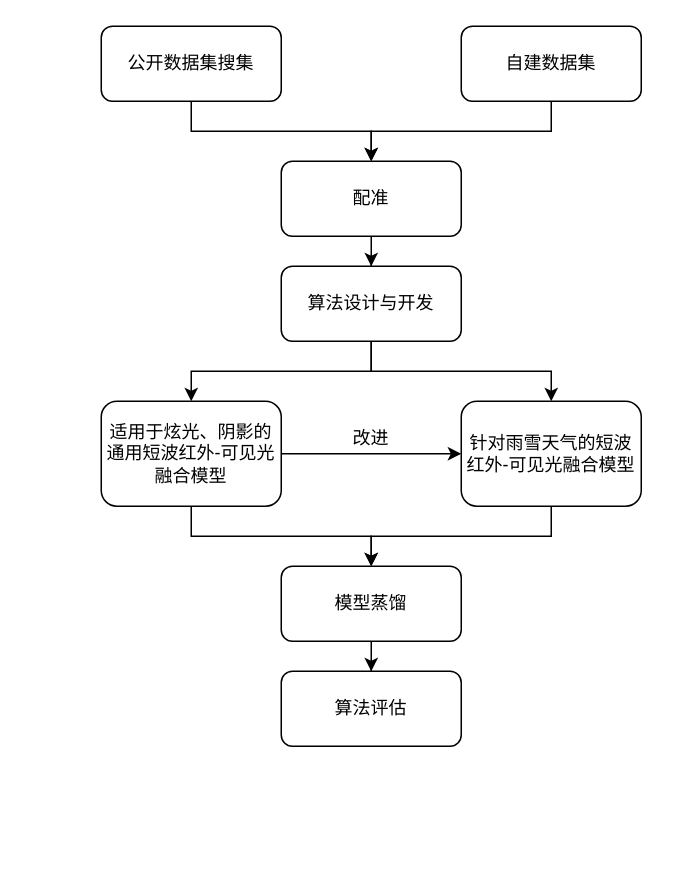
Before: 未命名绘图.drawio in moxuam/-, a draw.io diagram. Source tidied: cells renumbered, new cells numbered last; positions are measured from the earlier drawing's top-left corner, leaving out a move shared by most shapes. Both pictures are drawn from the tidied source at 150%, with x=0, y=0 at pixel (100, 26).
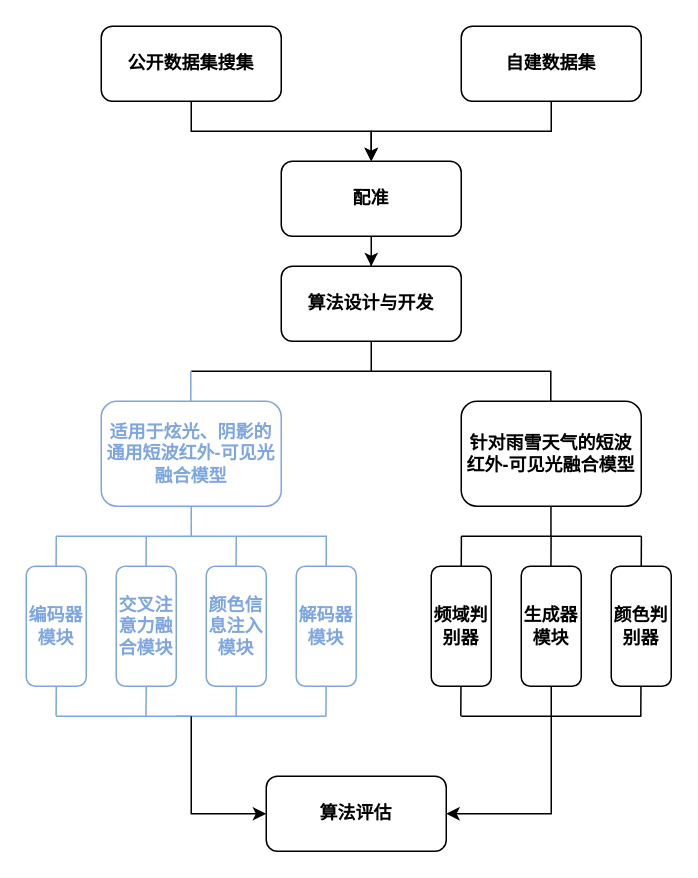
The same diagram, later.

Commit message:
更新未命名绘图.drawio

Diff of the diagram source:
```diff
@@
-    <mxCell id="3" value="公开数据集搜集" style="rounded=1;whiteSpace=wrap;html=1;" parent="1" vertex="1">
+    <mxCell id="3" value="&lt;b&gt;公开数据集搜集&lt;/b&gt;" style="rounded=1;whiteSpace=wrap;html=1;" parent="1" vertex="1">
       <mxGeometry width="120" height="50" as="geometry" />
     </mxCell>
@@
-    <mxCell id="5" value="配准" style="rounded=1;whiteSpace=wrap;html=1;" parent="1" vertex="1">
+    <mxCell id="5" value="&lt;b&gt;配准&lt;/b&gt;" style="rounded=1;whiteSpace=wrap;html=1;" parent="1" vertex="1">
       <mxGeometry x="120" y="90" width="120" height="50" as="geometry" />
     </mxCell>
@@
-    <mxCell id="7" value="自建数据集" style="rounded=1;whiteSpace=wrap;html=1;" parent="1" vertex="1">
+    <mxCell id="7" value="&lt;b&gt;自建数据集&lt;/b&gt;" style="rounded=1;whiteSpace=wrap;html=1;" parent="1" vertex="1">
       <mxGeometry x="240" width="120" height="50" as="geometry" />
     </mxCell>
-    <mxCell id="8" style="edgeStyle=orthogonalEdgeStyle;rounded=0;jettySize=auto;html=1;" parent="1" edge="1" source="10" target="13">
-      <mxGeometry relative="1" as="geometry" />
-    </mxCell>
-    <mxCell id="9" style="edgeStyle=orthogonalEdgeStyle;rounded=0;jettySize=auto;html=1;entryX=0.5;entryY=0;entryDx=0;entryDy=0;" parent="1" edge="1" source="10" target="15">
-      <mxGeometry relative="1" as="geometry" />
-    </mxCell>
-    <mxCell id="10" value="算法设计与开发" style="rounded=1;whiteSpace=wrap;html=1;" parent="1" vertex="1">
+    <mxCell id="10" value="&lt;b&gt;算法设计与开发&lt;/b&gt;" style="rounded=1;whiteSpace=wrap;html=1;" parent="1" vertex="1">
       <mxGeometry x="120" y="160" width="120" height="50" as="geometry" />
     </mxCell>
-    <mxCell id="11" style="edgeStyle=orthogonalEdgeStyle;rounded=0;jettySize=auto;html=1;entryX=0.5;entryY=0;entryDx=0;entryDy=0;" parent="1" edge="1" source="13" target="17">
-      <mxGeometry relative="1" as="geometry" />
-    </mxCell>
-    <mxCell id="12" style="edgeStyle=orthogonalEdgeStyle;rounded=0;jettySize=auto;html=1;entryX=0;entryY=0.5;entryDx=0;entryDy=0;" parent="1" edge="1" source="13" target="15">
-      <mxGeometry relative="1" as="geometry" />
-    </mxCell>
-    <mxCell id="13" value="适用于炫光、阴影的通用短波红外-可见光融合模型" style="rounded=1;whiteSpace=wrap;html=1;" parent="1" vertex="1">
+    <mxCell id="13" value="&lt;b&gt;&lt;font style=&quot;color: rgb(126, 166, 224);&quot;&gt;适用于炫光、阴影的通用短波红外-可见光融合模型&lt;/font&gt;&lt;/b&gt;" style="rounded=1;whiteSpace=wrap;html=1;strokeColor=#7EA6E0;shadow=0;" parent="1" vertex="1">
       <mxGeometry y="250" width="120" height="70" as="geometry" />
     </mxCell>
-    <mxCell id="14" style="edgeStyle=orthogonalEdgeStyle;rounded=0;jettySize=auto;html=1;entryX=0.5;entryY=0;entryDx=0;entryDy=0;" parent="1" edge="1" source="15" target="17">
-      <mxGeometry relative="1" as="geometry" />
-    </mxCell>
-    <mxCell id="15" value="针对雨雪天气的短波红外-可见光融合模型" style="rounded=1;whiteSpace=wrap;html=1;" parent="1" vertex="1">
+    <mxCell id="15" value="&lt;b&gt;针对雨雪天气的短波红外-可见光融合模型&lt;/b&gt;" style="rounded=1;whiteSpace=wrap;html=1;" parent="1" vertex="1">
       <mxGeometry x="240" y="250" width="120" height="70" as="geometry" />
     </mxCell>
-    <mxCell id="16" style="edgeStyle=orthogonalEdgeStyle;rounded=0;jettySize=auto;html=1;" parent="1" edge="1" source="17" target="18">
-      <mxGeometry relative="1" as="geometry" />
-    </mxCell>
-    <mxCell id="17" value="模型蒸馏" style="rounded=1;whiteSpace=wrap;html=1;" parent="1" vertex="1">
-      <mxGeometry x="120" y="360" width="120" height="50" as="geometry" />
+    <mxCell id="17" value="&lt;b&gt;算法评估&lt;/b&gt;" style="rounded=1;whiteSpace=wrap;html=1;" parent="1" vertex="1">
+      <mxGeometry x="110" y="500" width="120" height="50" as="geometry" />
     </mxCell>
-    <mxCell id="18" value="算法评估" style="rounded=1;whiteSpace=wrap;html=1;" parent="1" vertex="1">
-      <mxGeometry x="120" y="430" width="120" height="50" as="geometry" />
-    </mxCell>
-    <mxCell id="19" value="改进" style="text;html=1;whiteSpace=wrap;strokeColor=none;fillColor=none;align=center;verticalAlign=middle;rounded=0;" parent="1" vertex="1">
-      <mxGeometry x="150" y="260" width="60" height="30" as="geometry" />
-    </mxCell>
+    <mxCell id="20" style="endArrow=none;html=1;rounded=0;entryX=0.5;entryY=1;entryDx=0;entryDy=0;strokeColor=#7EA6E0;" parent="1" edge="1" target="13">
+      <mxGeometry relative="1" as="geometry">
+        <mxPoint x="60" y="330" as="sourcePoint" />
+      </mxGeometry>
+    </mxCell>
+    <mxCell id="21" value="&lt;b&gt;&lt;font style=&quot;color: rgb(126, 166, 224);&quot;&gt;编码器模块&lt;/font&gt;&lt;/b&gt;" style="rounded=1;whiteSpace=wrap;html=1;strokeColor=#7EA6E0;" parent="1" vertex="1">
+      <mxGeometry x="-50" y="360" width="40" height="80" as="geometry" />
+    </mxCell>
+    <mxCell id="22" value="&lt;b&gt;&lt;font style=&quot;color: rgb(126, 166, 224);&quot;&gt;交叉注意力融合模块&lt;/font&gt;&lt;/b&gt;" style="rounded=1;whiteSpace=wrap;html=1;strokeColor=#7EA6E0;" parent="1" vertex="1">
+      <mxGeometry x="10" y="360" width="40" height="80" as="geometry" />
+    </mxCell>
+    <mxCell id="23" value="&lt;b&gt;&lt;font style=&quot;color: rgb(126, 166, 224);&quot;&gt;颜色信息注入模块&lt;/font&gt;&lt;/b&gt;" style="rounded=1;whiteSpace=wrap;html=1;strokeColor=#7EA6E0;" parent="1" vertex="1">
+      <mxGeometry x="70" y="360" width="40" height="80" as="geometry" />
+    </mxCell>
+    <mxCell id="24" value="&lt;b&gt;&lt;font style=&quot;color: rgb(126, 166, 224);&quot;&gt;解码器模块&lt;/font&gt;&lt;/b&gt;" style="rounded=1;whiteSpace=wrap;html=1;strokeColor=#7EA6E0;" parent="1" vertex="1">
+      <mxGeometry x="130" y="360" width="40" height="80" as="geometry" />
+    </mxCell>
+    <mxCell id="25" style="endArrow=none;html=1;rounded=0;entryX=0.5;entryY=1;entryDx=0;entryDy=0;strokeColor=#7EA6E0;" parent="1" edge="1">
+      <mxGeometry relative="1" as="geometry">
+        <mxPoint x="150" y="360" as="sourcePoint" />
+        <mxPoint x="60" y="330" as="targetPoint" />
+        <Array as="points">
+          <mxPoint x="150" y="340" />
+          <mxPoint x="60" y="340" />
+        </Array>
+      </mxGeometry>
+    </mxCell>
+    <mxCell id="26" style="endArrow=none;html=1;rounded=0;strokeColor=#7EA6E0;" parent="1" edge="1">
+      <mxGeometry relative="1" as="geometry">
+        <mxPoint x="89.9" y="360" as="sourcePoint" />
+        <mxPoint x="90" y="340" as="targetPoint" />
+      </mxGeometry>
+    </mxCell>
+    <mxCell id="27" style="endArrow=none;html=1;rounded=0;strokeColor=#7EA6E0;" parent="1" edge="1">
+      <mxGeometry relative="1" as="geometry">
+        <mxPoint x="29.9" y="360" as="sourcePoint" />
+        <mxPoint x="30" y="340" as="targetPoint" />
+      </mxGeometry>
+    </mxCell>
+    <mxCell id="28" style="endArrow=none;html=1;rounded=0;strokeColor=#7EA6E0;" parent="1" edge="1">
+      <mxGeometry relative="1" as="geometry">
+        <mxPoint x="-30.1" y="360" as="sourcePoint" />
+        <mxPoint x="-30" y="340" as="targetPoint" />
+      </mxGeometry>
+    </mxCell>
+    <mxCell id="29" style="endArrow=none;html=1;rounded=0;strokeColor=#7EA6E0;" parent="1" edge="1">
+      <mxGeometry relative="1" as="geometry">
+        <mxPoint x="-30" y="340" as="sourcePoint" />
+        <mxPoint x="60" y="340" as="targetPoint" />
+      </mxGeometry>
+    </mxCell>
+    <mxCell id="30" style="endArrow=none;html=1;rounded=0;strokeColor=#7EA6E0;" parent="1" edge="1">
+      <mxGeometry relative="1" as="geometry">
+        <mxPoint x="29.8" y="460" as="sourcePoint" />
+        <mxPoint x="30" y="440" as="targetPoint" />
+      </mxGeometry>
+    </mxCell>
+    <mxCell id="31" style="endArrow=none;html=1;rounded=0;strokeColor=#7EA6E0;" parent="1" edge="1">
+      <mxGeometry relative="1" as="geometry">
+        <mxPoint x="-30.1" y="460" as="sourcePoint" />
+        <mxPoint x="-30" y="440" as="targetPoint" />
+      </mxGeometry>
+    </mxCell>
+    <mxCell id="32" style="endArrow=none;html=1;rounded=0;strokeColor=#7EA6E0;" parent="1" edge="1">
+      <mxGeometry relative="1" as="geometry">
+        <mxPoint x="89.9" y="460" as="sourcePoint" />
+        <mxPoint x="90" y="440" as="targetPoint" />
+      </mxGeometry>
+    </mxCell>
+    <mxCell id="33" style="endArrow=none;html=1;rounded=0;strokeColor=#7EA6E0;" parent="1" edge="1">
+      <mxGeometry relative="1" as="geometry">
+        <mxPoint x="-30" y="460" as="sourcePoint" />
+        <mxPoint x="60" y="460" as="targetPoint" />
+      </mxGeometry>
+    </mxCell>
+    <mxCell id="34" style="endArrow=none;html=1;rounded=0;strokeColor=#7EA6E0;" parent="1" edge="1">
+      <mxGeometry relative="1" as="geometry">
+        <mxPoint x="50" y="460" as="sourcePoint" />
+        <mxPoint x="150" y="460" as="targetPoint" />
+      </mxGeometry>
+    </mxCell>
+    <mxCell id="35" style="endArrow=none;html=1;rounded=0;strokeColor=#7EA6E0;" parent="1" edge="1">
+      <mxGeometry relative="1" as="geometry">
+        <mxPoint x="149.8" y="460" as="sourcePoint" />
+        <mxPoint x="149.9" y="440" as="targetPoint" />
+      </mxGeometry>
+    </mxCell>
+    <mxCell id="36" style="endArrow=classic;html=1;rounded=0;entryX=0;entryY=0.5;entryDx=0;entryDy=0;" parent="1" edge="1" target="17">
+      <mxGeometry relative="1" as="geometry">
+        <mxPoint x="60" y="460" as="sourcePoint" />
+        <Array as="points">
+          <mxPoint x="60" y="525" />
+        </Array>
+      </mxGeometry>
+    </mxCell>
+    <mxCell id="37" style="endArrow=none;html=1;rounded=0;" parent="1" edge="1">
+      <mxGeometry relative="1" as="geometry">
+        <mxPoint x="299.8" y="340" as="sourcePoint" />
+        <mxPoint x="299.8" y="320" as="targetPoint" />
+      </mxGeometry>
+    </mxCell>
+    <mxCell id="38" style="endArrow=none;html=1;rounded=0;" parent="1" edge="1">
+      <mxGeometry relative="1" as="geometry">
+        <mxPoint x="240" y="340" as="sourcePoint" />
+        <mxPoint x="360" y="340" as="targetPoint" />
+      </mxGeometry>
+    </mxCell>
+    <mxCell id="39" value="&lt;b&gt;生成器模块&lt;/b&gt;" style="rounded=1;whiteSpace=wrap;html=1;" parent="1" vertex="1">
+      <mxGeometry x="280" y="360" width="40" height="80" as="geometry" />
+    </mxCell>
+    <mxCell id="40" value="&lt;b&gt;颜色判别器&lt;/b&gt;" style="rounded=1;whiteSpace=wrap;html=1;" parent="1" vertex="1">
+      <mxGeometry x="340" y="360" width="40" height="80" as="geometry" />
+    </mxCell>
+    <mxCell id="41" value="&lt;b&gt;频域判别器&lt;/b&gt;" style="rounded=1;whiteSpace=wrap;html=1;" parent="1" vertex="1">
+      <mxGeometry x="220" y="360" width="40" height="80" as="geometry" />
+    </mxCell>
+    <mxCell id="42" style="endArrow=none;html=1;rounded=0;" parent="1" edge="1">
+      <mxGeometry relative="1" as="geometry">
+        <mxPoint x="240" y="360" as="sourcePoint" />
+        <mxPoint x="240.1" y="340" as="targetPoint" />
+      </mxGeometry>
+    </mxCell>
+    <mxCell id="43" style="endArrow=none;html=1;rounded=0;" parent="1" edge="1">
+      <mxGeometry relative="1" as="geometry">
+        <mxPoint x="299.8" y="360" as="sourcePoint" />
+        <mxPoint x="299.9" y="340" as="targetPoint" />
+      </mxGeometry>
+    </mxCell>
+    <mxCell id="44" style="endArrow=none;html=1;rounded=0;" parent="1" edge="1">
+      <mxGeometry relative="1" as="geometry">
+        <mxPoint x="360" y="360" as="sourcePoint" />
+        <mxPoint x="360.1" y="340" as="targetPoint" />
+      </mxGeometry>
+    </mxCell>
+    <mxCell id="45" style="endArrow=none;html=1;rounded=0;" parent="1" edge="1">
+      <mxGeometry relative="1" as="geometry">
+        <mxPoint x="359.7" y="460" as="sourcePoint" />
+        <mxPoint x="359.8" y="440" as="targetPoint" />
+      </mxGeometry>
+    </mxCell>
+    <mxCell id="46" style="endArrow=none;html=1;rounded=0;" parent="1" edge="1">
+      <mxGeometry relative="1" as="geometry">
+        <mxPoint x="300" y="460" as="sourcePoint" />
+        <mxPoint x="300" y="440" as="targetPoint" />
+      </mxGeometry>
+    </mxCell>
+    <mxCell id="47" style="endArrow=none;html=1;rounded=0;" parent="1" edge="1">
+      <mxGeometry relative="1" as="geometry">
+        <mxPoint x="239.7" y="460" as="sourcePoint" />
+        <mxPoint x="239.8" y="440" as="targetPoint" />
+      </mxGeometry>
+    </mxCell>
+    <mxCell id="48" style="endArrow=none;html=1;rounded=0;" parent="1" edge="1">
+      <mxGeometry relative="1" as="geometry">
+        <mxPoint x="240" y="460" as="sourcePoint" />
+        <mxPoint x="360" y="460" as="targetPoint" />
+      </mxGeometry>
+    </mxCell>
+    <mxCell id="49" style="endArrow=classic;html=1;rounded=0;entryX=1;entryY=0.5;entryDx=0;entryDy=0;" parent="1" edge="1" target="17">
+      <mxGeometry relative="1" as="geometry">
+        <mxPoint x="300" y="460" as="sourcePoint" />
+        <Array as="points">
+          <mxPoint x="300" y="525" />
+        </Array>
+      </mxGeometry>
+    </mxCell>
+    <mxCell id="50" style="endArrow=none;html=1;rounded=0;entryX=0.5;entryY=1;entryDx=0;entryDy=0;" parent="1" edge="1" target="10">
+      <mxGeometry relative="1" as="geometry">
+        <mxPoint x="180" y="230" as="sourcePoint" />
+      </mxGeometry>
+    </mxCell>
+    <mxCell id="51" style="endArrow=none;html=1;rounded=0;" parent="1" edge="1">
+      <mxGeometry relative="1" as="geometry">
+        <mxPoint x="60" y="230" as="sourcePoint" />
+        <mxPoint x="300" y="230" as="targetPoint" />
+      </mxGeometry>
+    </mxCell>
+    <mxCell id="52" style="endArrow=none;html=1;rounded=0;" parent="1" edge="1">
+      <mxGeometry relative="1" as="geometry">
+        <mxPoint x="299.7" y="250" as="sourcePoint" />
+        <mxPoint x="299.7" y="230" as="targetPoint" />
+      </mxGeometry>
+    </mxCell>
+    <mxCell id="53" style="endArrow=none;html=1;rounded=0;strokeColor=#7EA6E0;" parent="1" edge="1">
+      <mxGeometry relative="1" as="geometry">
+        <mxPoint x="59.7" y="250" as="sourcePoint" />
+        <mxPoint x="59.7" y="230" as="targetPoint" />
+      </mxGeometry>
+    </mxCell>
```
